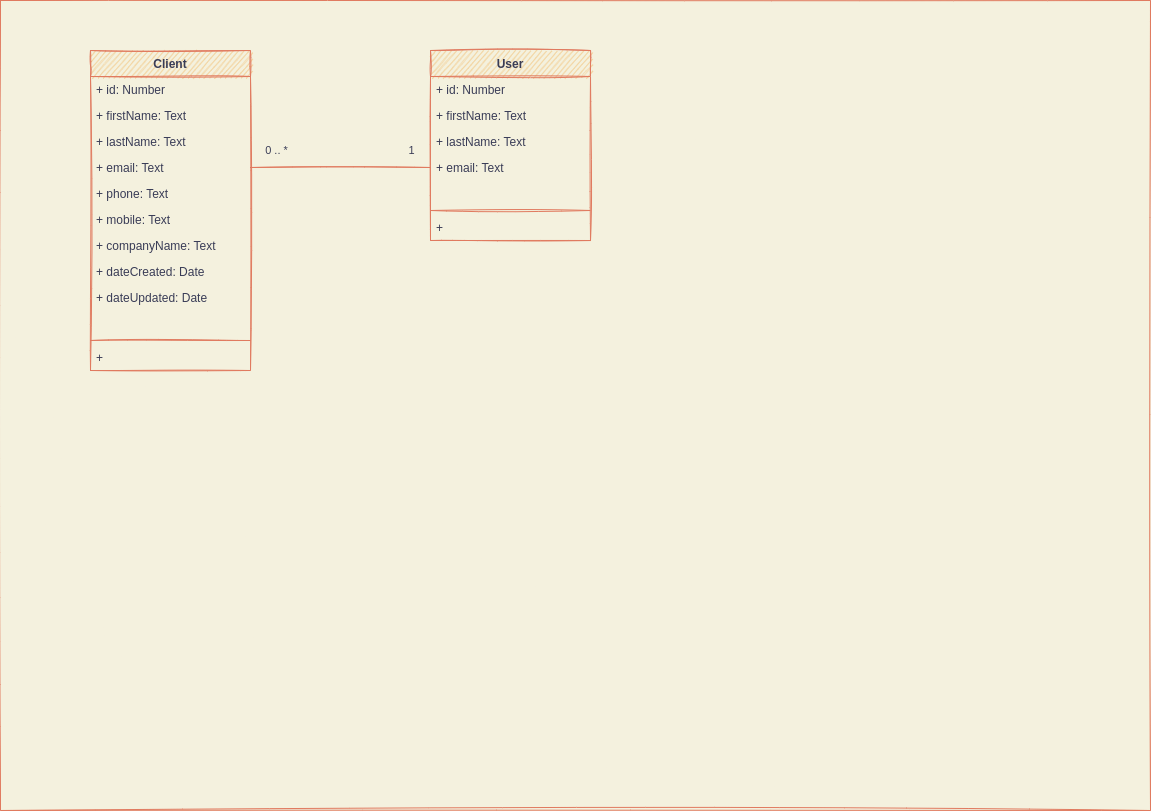
Above: Conceptual_Data_Model.drawio.png in josayko-courses/epic_events_CRM (draw.io), before the change. Source tidied: cells renumbered, new cells last; positions are measured from the earlier drawing's top-left corner, leaving out a move shared by most shapes.
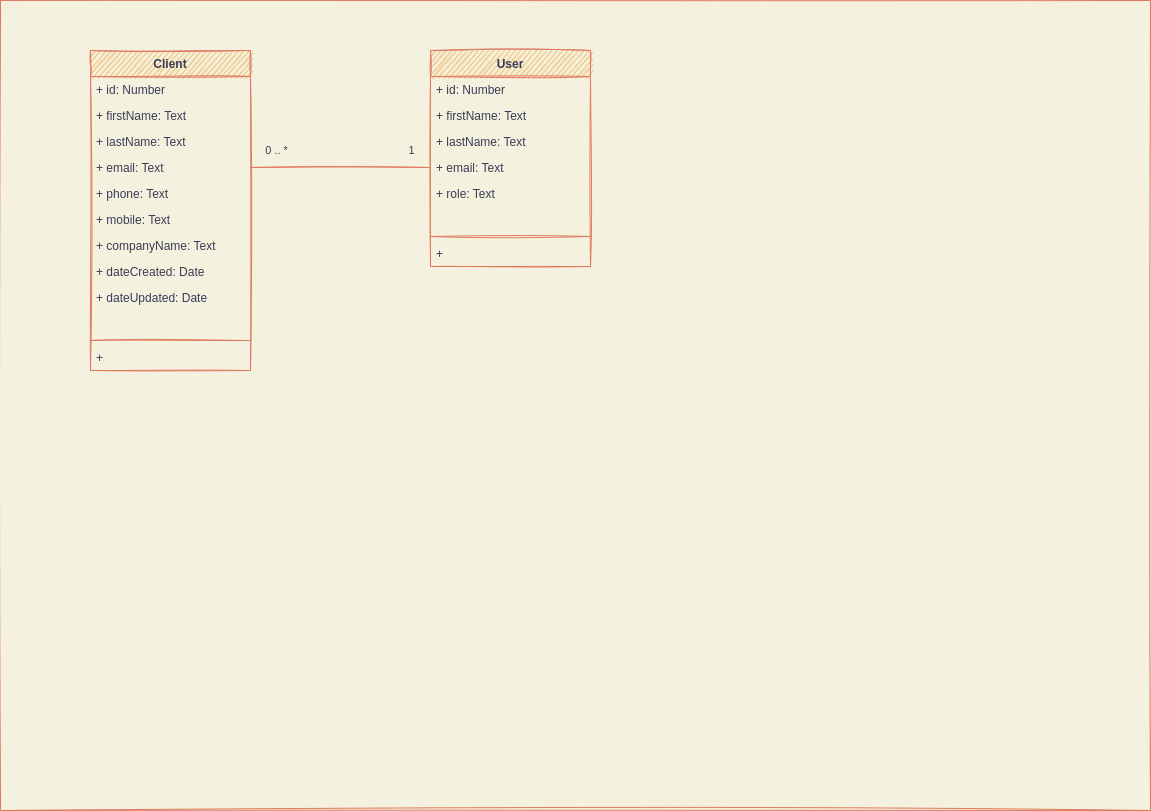
Later version of the same file.

Commit message:
Set a custom User model

Diff of the diagram source:
```diff
@@ -1,6 +1,10 @@
 <mxGraphModel background="#F4F1DE">
   <root>
     <mxCell id="0" />
+    <mxCell id="26" value="background" parent="0" />
+    <mxCell id="27" style="rounded=0;whiteSpace=wrap;html=1;sketch=1;fontColor=#393C56;strokeColor=#E07A5F;fillColor=none;" parent="26" vertex="1">
+      <mxGeometry width="1150" height="810" as="geometry" />
+    </mxCell>
     <mxCell id="1" value="diagram" parent="0" />
     <mxCell id="2" value="Client" style="swimlane;fontStyle=1;align=center;verticalAlign=top;horizontal=1;startSize=26;sketch=1;fillColor=#F2CC8F;strokeColor=#E07A5F;fontColor=#393C56;" parent="1" vertex="1">
       <mxGeometry x="90" y="50" width="160" height="320" as="geometry" />
@@ -42,7 +46,7 @@
       <mxGeometry y="294" width="160" height="26" as="geometry" />
     </mxCell>
     <mxCell id="15" value="User" style="swimlane;fontStyle=1;align=center;verticalAlign=top;horizontal=1;startSize=26;sketch=1;fillColor=#F2CC8F;strokeColor=#E07A5F;fontColor=#393C56;" parent="1" vertex="1">
-      <mxGeometry x="430" y="50" width="160" height="190" as="geometry" />
+      <mxGeometry x="430" y="50" width="160" height="216" as="geometry" />
     </mxCell>
     <mxCell id="16" value="+ id: Number" style="text;strokeColor=none;fillColor=none;align=left;verticalAlign=top;spacingLeft=4;spacingRight=4;overflow=hidden;sketch=1;fontColor=#393C56;" parent="15" vertex="1">
       <mxGeometry y="26" width="160" height="26" as="geometry" />
@@ -56,14 +60,17 @@
     <mxCell id="19" value="+ email: Text" style="text;strokeColor=none;fillColor=none;align=left;verticalAlign=top;spacingLeft=4;spacingRight=4;overflow=hidden;points=[[0,0.5],[1,0.5]];portConstraint=eastwest;sketch=1;fontColor=#393C56;" parent="15" vertex="1">
       <mxGeometry y="104" width="160" height="26" as="geometry" />
     </mxCell>
+    <mxCell id="28" value="+ role: Text" style="text;strokeColor=none;fillColor=none;align=left;verticalAlign=top;spacingLeft=4;spacingRight=4;overflow=hidden;sketch=1;fontColor=#393C56;" parent="15" vertex="1">
+      <mxGeometry y="130" width="160" height="26" as="geometry" />
+    </mxCell>
     <mxCell id="20" style="text;strokeColor=none;fillColor=none;align=left;verticalAlign=top;spacingLeft=4;spacingRight=4;overflow=hidden;sketch=1;fontColor=#393C56;" parent="15" vertex="1">
-      <mxGeometry y="130" width="160" height="26" as="geometry" />
+      <mxGeometry y="156" width="160" height="26" as="geometry" />
     </mxCell>
     <mxCell id="21" style="line;strokeWidth=1;fillColor=none;align=left;verticalAlign=middle;spacingTop=-1;spacingLeft=3;spacingRight=3;labelPosition=right;sketch=1;labelBackgroundColor=#F4F1DE;strokeColor=#E07A5F;fontColor=#393C56;" parent="15" vertex="1">
-      <mxGeometry y="156" width="160" height="8" as="geometry" />
+      <mxGeometry y="182" width="160" height="8" as="geometry" />
     </mxCell>
     <mxCell id="22" value="+ " style="text;strokeColor=none;fillColor=none;align=left;verticalAlign=top;spacingLeft=4;spacingRight=4;overflow=hidden;sketch=1;fontColor=#393C56;" parent="15" vertex="1">
-      <mxGeometry y="164" width="160" height="26" as="geometry" />
+      <mxGeometry y="190" width="160" height="26" as="geometry" />
     </mxCell>
     <mxCell id="23" style="edgeStyle=orthogonalEdgeStyle;rounded=0;jettySize=auto;html=1;exitX=1;exitY=0.5;exitDx=0;exitDy=0;entryX=0;entryY=0.5;entryDx=0;entryDy=0;endArrow=none;endFill=0;shadow=0;sketch=1;labelBackgroundColor=#F4F1DE;strokeColor=#E07A5F;fontColor=#393C56;" parent="1" edge="1" source="6" target="19">
       <mxGeometry relative="1" as="geometry" />
@@ -74,9 +81,5 @@
     <mxCell id="25" value="1" style="text;html=1;align=center;verticalAlign=middle;strokeColor=none;fillColor=none;fontSize=11;fontFamily=Helvetica;fontColor=#393C56;sketch=1;" parent="1" vertex="1">
       <mxGeometry x="401" y="140" width="20" height="20" as="geometry" />
     </mxCell>
-    <mxCell id="26" value="background" parent="0" />
-    <mxCell id="27" style="rounded=0;whiteSpace=wrap;html=1;sketch=1;fontColor=#393C56;strokeColor=#E07A5F;fillColor=none;" parent="26" vertex="1">
-      <mxGeometry width="1150" height="810" as="geometry" />
-    </mxCell>
   </root>
 </mxGraphModel>
```
